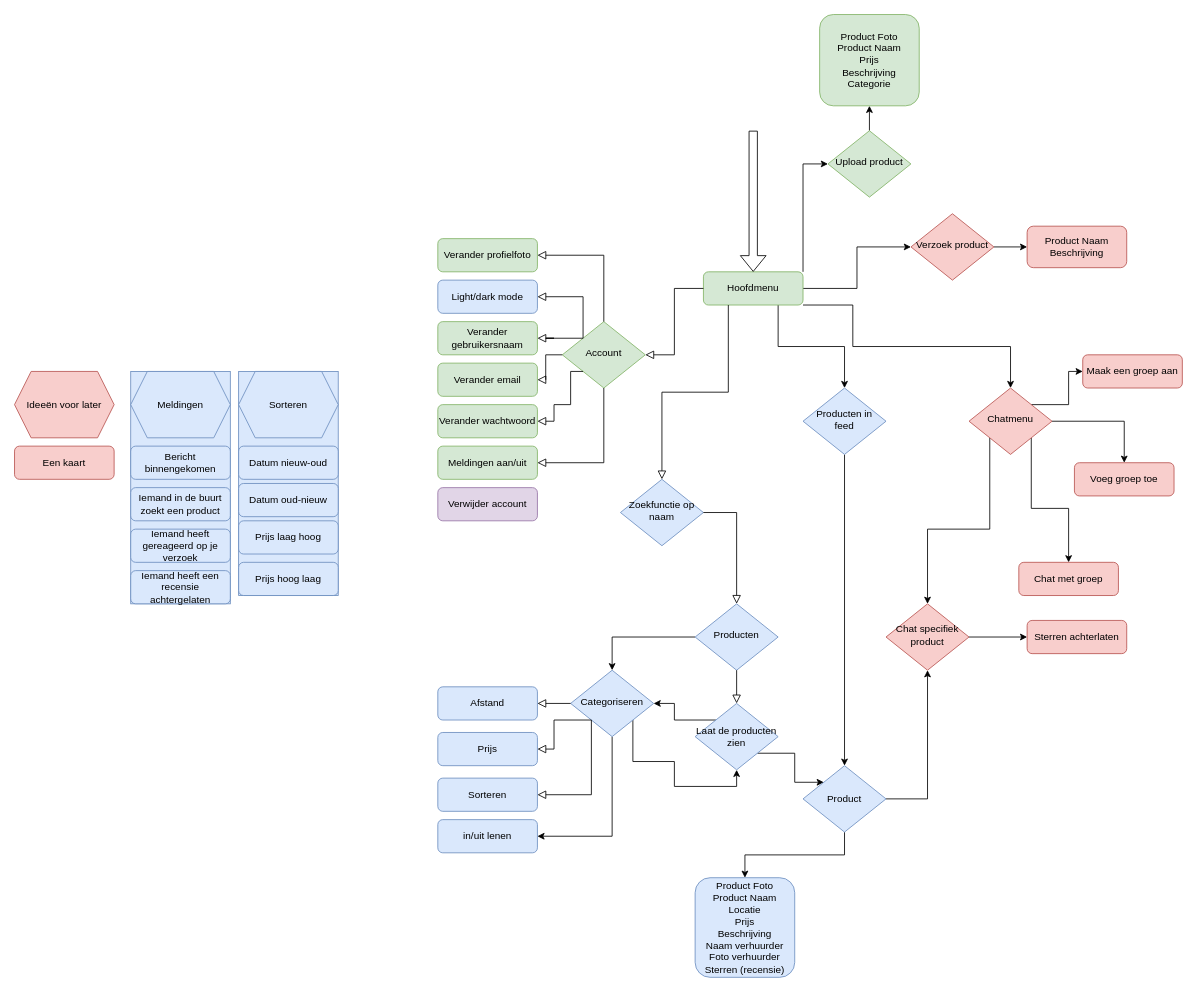
DevBlokJochem/ShareIT keeps this draw.io diagram as Diagram zonder titel.drawio. Above is the earlier version. Source tidied: cells renumbered, new cells numbered last; positions are measured from the earlier drawing's top-left corner, leaving out a move shared by most shapes. Both pictures are drawn from the tidied source at 83%, with x=0, y=0 at pixel (14, 14).
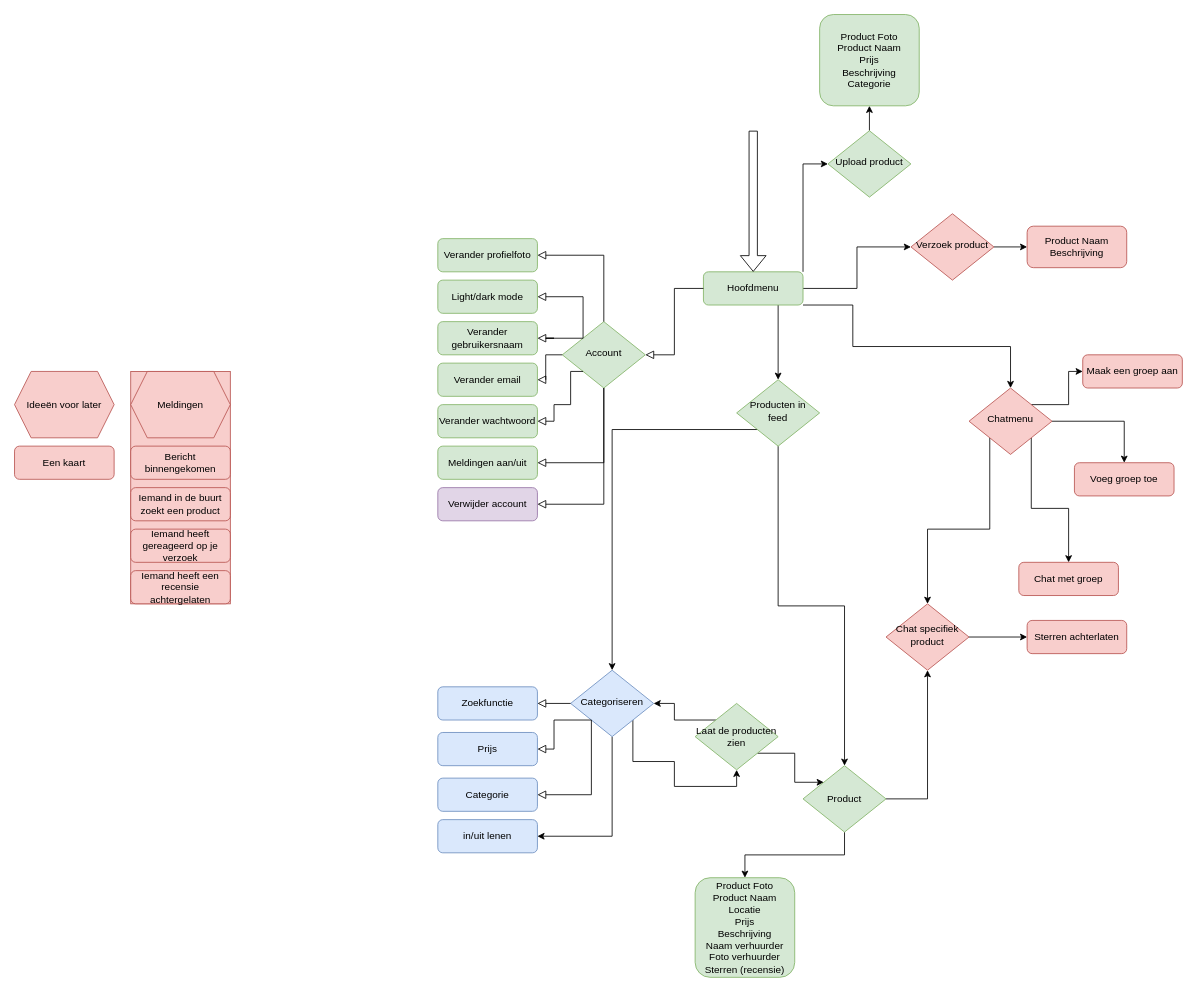
The same page after the edit.

The change refers to these unchanged cells:
```xml
<mxCell id="6" value="Hoofdmenu" style="rounded=1;whiteSpace=wrap;html=1;fontSize=12;glass=0;strokeWidth=1;shadow=0;fillColor=#d5e8d4;strokeColor=#82b366;" parent="1" vertex="1">
  <mxGeometry x="830" y="310" width="120" height="40" as="geometry" />
</mxCell>
<mxCell id="8" value="Account" style="rhombus;whiteSpace=wrap;html=1;shadow=0;fontFamily=Helvetica;fontSize=12;align=center;strokeWidth=1;spacing=6;spacingTop=-4;fillColor=#d5e8d4;strokeColor=#82b366;" parent="1" vertex="1">
  <mxGeometry x="660" y="370" width="100" height="80" as="geometry" />
</mxCell>
<mxCell id="35" value="Categoriseren" style="rhombus;whiteSpace=wrap;html=1;shadow=0;fontFamily=Helvetica;fontSize=12;align=center;strokeWidth=1;spacing=6;spacingTop=-4;fillColor=#dae8fc;strokeColor=#6c8ebf;" parent="1" vertex="1">
  <mxGeometry x="670" y="790" width="100" height="80" as="geometry" />
</mxCell>
<mxCell id="78" value="Verwijder account" style="rounded=1;whiteSpace=wrap;html=1;fontSize=12;glass=0;strokeWidth=1;shadow=0;fillColor=#e1d5e7;strokeColor=#9673a6;" parent="1" vertex="1">
  <mxGeometry x="510" y="570" width="120" height="40" as="geometry" />
</mxCell>
```

What changed in the source:
```diff
@@
-    <mxCell id="7" value="Zoekfunctie op naam" style="rhombus;whiteSpace=wrap;html=1;shadow=0;fontFamily=Helvetica;fontSize=12;align=center;strokeWidth=1;spacing=6;spacingTop=-4;fillColor=#dae8fc;strokeColor=#6c8ebf;" parent="1" vertex="1">
-      <mxGeometry x="730" y="560" width="100" height="80" as="geometry" />
-    </mxCell>
@@
-    <mxCell id="9" style="edgeStyle=orthogonalEdgeStyle;rounded=0;jettySize=auto;html=1;exitX=0;exitY=0.5;exitDx=0;exitDy=0;entryX=0.5;entryY=0;entryDx=0;entryDy=0;" parent="1" edge="1" source="10" target="35">
-      <mxGeometry relative="1" as="geometry" />
-    </mxCell>
-    <mxCell id="10" value="Producten" style="rhombus;whiteSpace=wrap;html=1;shadow=0;fontFamily=Helvetica;fontSize=12;align=center;strokeWidth=1;spacing=6;spacingTop=-4;fillColor=#dae8fc;strokeColor=#6c8ebf;" parent="1" vertex="1">
-      <mxGeometry x="820" y="710" width="100" height="80" as="geometry" />
-    </mxCell>
@@
-    <mxCell id="21" style="group;fillColor=#dae8fc;strokeColor=#6c8ebf;" parent="1" vertex="1">
+    <mxCell id="21" style="group;fillColor=#f8cecc;strokeColor=#b85450;" parent="1" vertex="1">
       <mxGeometry x="140" y="430" width="120" height="280" as="geometry" />
     </mxCell>
-    <mxCell id="22" value="Bericht binnengekomen" style="rounded=1;whiteSpace=wrap;html=1;fontSize=12;glass=0;strokeWidth=1;shadow=0;fillColor=#dae8fc;strokeColor=#6c8ebf;" parent="21" vertex="1">
+    <mxCell id="22" value="Bericht binnengekomen" style="rounded=1;whiteSpace=wrap;html=1;fontSize=12;glass=0;strokeWidth=1;shadow=0;fillColor=#f8cecc;strokeColor=#b85450;" parent="21" vertex="1">
       <mxGeometry y="90" width="120" height="40" as="geometry" />
     </mxCell>
-    <mxCell id="23" value="Iemand in de buurt zoekt een product" style="rounded=1;whiteSpace=wrap;html=1;fontSize=12;glass=0;strokeWidth=1;shadow=0;fillColor=#dae8fc;strokeColor=#6c8ebf;" parent="21" vertex="1">
+    <mxCell id="23" value="Iemand in de buurt zoekt een product" style="rounded=1;whiteSpace=wrap;html=1;fontSize=12;glass=0;strokeWidth=1;shadow=0;fillColor=#f8cecc;strokeColor=#b85450;" parent="21" vertex="1">
       <mxGeometry y="140" width="120" height="40" as="geometry" />
     </mxCell>
-    <mxCell id="24" value="Iemand heeft gereageerd op je verzoek" style="rounded=1;whiteSpace=wrap;html=1;fontSize=12;glass=0;strokeWidth=1;shadow=0;fillColor=#dae8fc;strokeColor=#6c8ebf;" parent="21" vertex="1">
+    <mxCell id="24" value="Iemand heeft gereageerd op je verzoek" style="rounded=1;whiteSpace=wrap;html=1;fontSize=12;glass=0;strokeWidth=1;shadow=0;fillColor=#f8cecc;strokeColor=#b85450;" parent="21" vertex="1">
       <mxGeometry y="190" width="120" height="40" as="geometry" />
     </mxCell>
-    <mxCell id="25" value="Iemand heeft een recensie achtergelaten" style="rounded=1;whiteSpace=wrap;html=1;fontSize=12;glass=0;strokeWidth=1;shadow=0;fillColor=#dae8fc;strokeColor=#6c8ebf;" parent="21" vertex="1">
+    <mxCell id="25" value="Iemand heeft een recensie achtergelaten" style="rounded=1;whiteSpace=wrap;html=1;fontSize=12;glass=0;strokeWidth=1;shadow=0;fillColor=#f8cecc;strokeColor=#b85450;" parent="21" vertex="1">
       <mxGeometry y="240" width="120" height="40" as="geometry" />
     </mxCell>
-    <mxCell id="26" value="Meldingen" style="shape=hexagon;perimeter=hexagonPerimeter2;whiteSpace=wrap;html=1;fixedSize=1;fillColor=#dae8fc;strokeColor=#6c8ebf;" parent="21" vertex="1">
+    <mxCell id="26" value="Meldingen" style="shape=hexagon;perimeter=hexagonPerimeter2;whiteSpace=wrap;html=1;fixedSize=1;fillColor=#f8cecc;strokeColor=#b85450;" parent="21" vertex="1">
       <mxGeometry width="120" height="80" as="geometry" />
     </mxCell>
@@
-    <mxCell id="32" style="rounded=0;html=1;jettySize=auto;fontSize=11;endArrow=block;endFill=0;endSize=8;strokeWidth=1;shadow=0;labelBackgroundColor=none;edgeStyle=orthogonalEdgeStyle;entryX=0.5;entryY=0;entryDx=0;entryDy=0;exitX=0.25;exitY=1;exitDx=0;exitDy=0;" parent="1" edge="1" source="6" target="7">
-      <mxGeometry relative="1" as="geometry" />
-    </mxCell>
@@
-    <mxCell id="36" value="Afstand" style="rounded=1;whiteSpace=wrap;html=1;fontSize=12;glass=0;strokeWidth=1;shadow=0;fillColor=#dae8fc;strokeColor=#6c8ebf;" parent="1" vertex="1">
+    <mxCell id="36" value="Zoekfunctie" style="rounded=1;whiteSpace=wrap;html=1;fontSize=12;glass=0;strokeWidth=1;shadow=0;fillColor=#dae8fc;strokeColor=#6c8ebf;" parent="1" vertex="1">
       <mxGeometry x="510" y="810" width="120" height="40" as="geometry" />
     </mxCell>
@@
-    <mxCell id="38" value="Sorteren" style="rounded=1;whiteSpace=wrap;html=1;fontSize=12;glass=0;strokeWidth=1;shadow=0;fillColor=#dae8fc;strokeColor=#6c8ebf;" parent="1" vertex="1">
+    <mxCell id="38" value="Categorie" style="rounded=1;whiteSpace=wrap;html=1;fontSize=12;glass=0;strokeWidth=1;shadow=0;fillColor=#dae8fc;strokeColor=#6c8ebf;" parent="1" vertex="1">
       <mxGeometry x="510" y="920" width="120" height="40" as="geometry" />
     </mxCell>
-    <mxCell id="39" style="group;fillColor=#dae8fc;strokeColor=#6c8ebf;" parent="1" vertex="1">
-      <mxGeometry x="270" y="430" width="120" height="270" as="geometry" />
-    </mxCell>
-    <mxCell id="40" value="Sorteren" style="shape=hexagon;perimeter=hexagonPerimeter2;whiteSpace=wrap;html=1;fixedSize=1;fillColor=#dae8fc;strokeColor=#6c8ebf;" parent="39" vertex="1">
-      <mxGeometry width="120" height="80" as="geometry" />
-    </mxCell>
-    <mxCell id="41" value="Datum nieuw-oud" style="rounded=1;whiteSpace=wrap;html=1;fontSize=12;glass=0;strokeWidth=1;shadow=0;fillColor=#dae8fc;strokeColor=#6c8ebf;" parent="39" vertex="1">
-      <mxGeometry y="90" width="120" height="40" as="geometry" />
-    </mxCell>
-    <mxCell id="42" value="Datum oud-nieuw" style="rounded=1;whiteSpace=wrap;html=1;fontSize=12;glass=0;strokeWidth=1;shadow=0;fillColor=#dae8fc;strokeColor=#6c8ebf;" parent="39" vertex="1">
-      <mxGeometry y="135" width="120" height="40" as="geometry" />
-    </mxCell>
-    <mxCell id="43" value="Prijs laag hoog" style="rounded=1;whiteSpace=wrap;html=1;fontSize=12;glass=0;strokeWidth=1;shadow=0;fillColor=#dae8fc;strokeColor=#6c8ebf;" parent="39" vertex="1">
-      <mxGeometry y="180" width="120" height="40" as="geometry" />
-    </mxCell>
-    <mxCell id="44" value="Prijs hoog laag" style="rounded=1;whiteSpace=wrap;html=1;fontSize=12;glass=0;strokeWidth=1;shadow=0;fillColor=#dae8fc;strokeColor=#6c8ebf;" parent="39" vertex="1">
-      <mxGeometry y="230" width="120" height="40" as="geometry" />
-    </mxCell>
@@
-    <mxCell id="50" style="rounded=0;html=1;jettySize=auto;fontSize=11;endArrow=block;endFill=0;endSize=8;strokeWidth=1;shadow=0;labelBackgroundColor=none;edgeStyle=orthogonalEdgeStyle;exitX=0.5;exitY=1;exitDx=0;exitDy=0;entryX=0.5;entryY=0;entryDx=0;entryDy=0;" parent="1" edge="1" source="10" target="56">
-      <mxGeometry relative="1" as="geometry" />
-    </mxCell>
-    <mxCell id="51" style="rounded=0;html=1;jettySize=auto;fontSize=11;endArrow=block;endFill=0;endSize=8;strokeWidth=1;shadow=0;labelBackgroundColor=none;edgeStyle=orthogonalEdgeStyle;entryX=0.5;entryY=0;entryDx=0;entryDy=0;exitX=1;exitY=0.5;exitDx=0;exitDy=0;" parent="1" edge="1" source="7" target="10">
-      <mxGeometry relative="1" as="geometry" />
-    </mxCell>
@@
+    <mxCell id="79" style="edgeStyle=orthogonalEdgeStyle;rounded=0;jettySize=auto;html=1;exitX=0;exitY=1;exitDx=0;exitDy=0;entryX=0.5;entryY=0;entryDx=0;entryDy=0;" parent="1" edge="1" source="53" target="35">
+      <mxGeometry relative="1" as="geometry" />
+    </mxCell>
-    <mxCell id="53" value="Producten in feed" style="rhombus;whiteSpace=wrap;html=1;shadow=0;fontFamily=Helvetica;fontSize=12;align=center;strokeWidth=1;spacing=6;spacingTop=-4;fillColor=#dae8fc;strokeColor=#6c8ebf;" parent="1" vertex="1">
-      <mxGeometry x="950" y="450" width="100" height="80" as="geometry" />
+    <mxCell id="53" value="Producten in feed" style="rhombus;whiteSpace=wrap;html=1;shadow=0;fontFamily=Helvetica;fontSize=12;align=center;strokeWidth=1;spacing=6;spacingTop=-4;fillColor=#d5e8d4;strokeColor=#82b366;" parent="1" vertex="1">
+      <mxGeometry x="870" y="440" width="100" height="80" as="geometry" />
     </mxCell>
@@
-    <mxCell id="56" value="Laat de producten zien" style="rhombus;whiteSpace=wrap;html=1;fillColor=#dae8fc;strokeColor=#6c8ebf;" parent="1" vertex="1">
+    <mxCell id="56" value="Laat de producten zien" style="rhombus;whiteSpace=wrap;html=1;fillColor=#d5e8d4;strokeColor=#82b366;" parent="1" vertex="1">
       <mxGeometry x="820" y="830" width="100" height="80" as="geometry" />
     </mxCell>
@@
-    <mxCell id="59" value="Product" style="rhombus;whiteSpace=wrap;html=1;fillColor=#dae8fc;strokeColor=#6c8ebf;" parent="1" vertex="1">
+    <mxCell id="59" value="Product" style="rhombus;whiteSpace=wrap;html=1;fillColor=#d5e8d4;strokeColor=#82b366;" parent="1" vertex="1">
       <mxGeometry x="950" y="905" width="100" height="80" as="geometry" />
     </mxCell>
-    <mxCell id="60" value="Product Foto&lt;br&gt;Product Naam&lt;br&gt;Locatie&lt;br&gt;Prijs&lt;br&gt;Beschrijving&lt;br&gt;Naam verhuurder&lt;br&gt;Foto verhuurder&lt;br&gt;Sterren (recensie)" style="rounded=1;whiteSpace=wrap;html=1;fontSize=12;glass=0;strokeWidth=1;shadow=0;fillColor=#dae8fc;strokeColor=#6c8ebf;" parent="1" vertex="1">
+    <mxCell id="60" value="Product Foto&lt;br&gt;Product Naam&lt;br&gt;Locatie&lt;br&gt;Prijs&lt;br&gt;Beschrijving&lt;br&gt;Naam verhuurder&lt;br&gt;Foto verhuurder&lt;br&gt;Sterren (recensie)" style="rounded=1;whiteSpace=wrap;html=1;fontSize=12;glass=0;strokeWidth=1;shadow=0;fillColor=#d5e8d4;strokeColor=#82b366;" parent="1" vertex="1">
       <mxGeometry x="820" y="1040" width="120" height="120" as="geometry" />
     </mxCell>
@@
-    <mxCell id="76" value="Light/dark mode" style="rounded=1;whiteSpace=wrap;html=1;fontSize=12;glass=0;strokeWidth=1;shadow=0;fillColor=#dae8fc;strokeColor=#6c8ebf;" parent="1" vertex="1">
+    <mxCell id="76" value="Light/dark mode" style="rounded=1;whiteSpace=wrap;html=1;fontSize=12;glass=0;strokeWidth=1;shadow=0;fillColor=#d5e8d4;strokeColor=#82b366;" parent="1" vertex="1">
       <mxGeometry x="510" y="320" width="120" height="40" as="geometry" />
     </mxCell>
@@
+    <mxCell id="80" style="rounded=0;html=1;jettySize=auto;fontSize=11;endArrow=block;endFill=0;endSize=8;strokeWidth=1;shadow=0;labelBackgroundColor=none;edgeStyle=orthogonalEdgeStyle;entryX=1;entryY=0.5;entryDx=0;entryDy=0;exitX=0.5;exitY=1;exitDx=0;exitDy=0;" parent="1" edge="1" source="8" target="78">
+      <mxGeometry relative="1" as="geometry" />
+    </mxCell>
```
